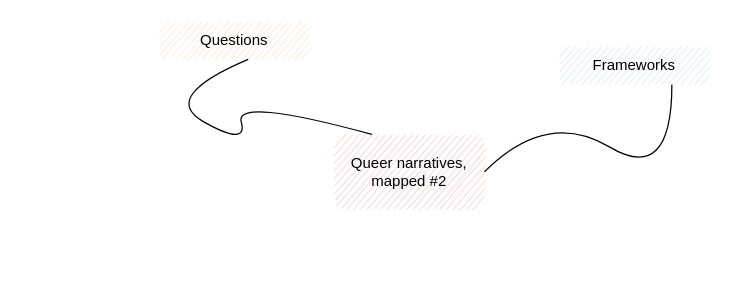
This is wall-notes.drawio from citydataexplosion/qn-m, a draw.io file, before an edit. Source tidied: cells renumbered, new cells numbered last; positions are measured from the earlier drawing's top-left corner, leaving out a move shared by most shapes. Both pictures are drawn from the tidied source at 125%, with x=0, y=0 at pixel (159, 21).
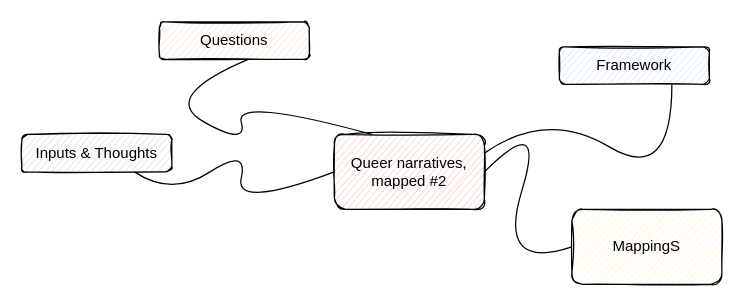
The same page after the edit.

Change to the diagram source:
```diff
@@
 <mxGraphModel>
   <root>
     <mxCell id="0" />
     <mxCell id="1" parent="0" />
-    <mxCell id="2" value="Queer narratives, mapped #2" style="rounded=1;whiteSpace=wrap;html=1;fillColor=#f8cecc;strokeColor=none;sketch=1;" parent="1" vertex="1">
+    <mxCell id="2" value="Queer narratives, mapped #2" style="rounded=1;whiteSpace=wrap;html=1;fillColor=#f8cecc;sketch=1;" parent="1" vertex="1">
       <mxGeometry x="140" y="90" width="120" height="60" as="geometry" />
     </mxCell>
-    <mxCell id="3" value="&lt;div&gt;Questions&lt;/div&gt;" style="rounded=1;whiteSpace=wrap;html=1;fillColor=#ffe6cc;strokeColor=none;sketch=1;" parent="1" vertex="1">
+    <mxCell id="3" value="&lt;div&gt;Questions&lt;/div&gt;" style="rounded=1;whiteSpace=wrap;html=1;fillColor=#ffe6cc;sketch=1;" parent="1" vertex="1">
       <mxGeometry width="120" height="30" as="geometry" />
     </mxCell>
-    <mxCell id="4" value="&lt;div&gt;Frameworks&lt;/div&gt;" style="rounded=1;whiteSpace=wrap;html=1;fillColor=#dae8fc;strokeColor=none;glass=0;shadow=0;sketch=1;" parent="1" vertex="1">
+    <mxCell id="4" value="&lt;div&gt;Framework&lt;/div&gt;" style="rounded=1;whiteSpace=wrap;html=1;fillColor=#dae8fc;glass=0;shadow=0;sketch=1;" parent="1" vertex="1">
       <mxGeometry x="320" y="20" width="120" height="30" as="geometry" />
     </mxCell>
-    <mxCell id="5" style="curved=1;endArrow=none;html=1;exitX=0.75;exitY=1;exitDx=0;exitDy=0;entryX=1;entryY=0.5;entryDx=0;entryDy=0;endFill=0;" parent="1" edge="1" source="4" target="2">
+    <mxCell id="5" style="curved=1;endArrow=none;html=1;exitX=0.75;exitY=1;exitDx=0;exitDy=0;entryX=1;entryY=0.25;entryDx=0;entryDy=0;endFill=0;" parent="1" edge="1" source="4" target="2">
       <mxGeometry relative="1" as="geometry">
         <Array as="points">
           <mxPoint x="410" y="130" />
           <mxPoint x="310" y="70" />
         </Array>
       </mxGeometry>
     </mxCell>
     <mxCell id="6" style="curved=1;endArrow=none;html=1;entryX=0.592;entryY=1;entryDx=0;entryDy=0;endFill=0;entryPerimeter=0;exitX=0.25;exitY=0;exitDx=0;exitDy=0;" parent="1" edge="1" source="2" target="3">
       <mxGeometry relative="1" as="geometry">
         <Array as="points">
           <mxPoint x="60" y="60" />
           <mxPoint x="71" y="100" />
           <mxPoint y="60" />
         </Array>
       </mxGeometry>
     </mxCell>
+    <mxCell id="7" value="&lt;div&gt;Inputs &amp;amp; Thoughts&lt;br&gt;&lt;/div&gt;" style="rounded=1;whiteSpace=wrap;html=1;fillColor=#d5e8d4;sketch=1;" parent="1" vertex="1">
+      <mxGeometry x="-110" y="90" width="120" height="30" as="geometry" />
+    </mxCell>
+    <mxCell id="8" value="&lt;div&gt;MappingS&lt;/div&gt;" style="rounded=1;whiteSpace=wrap;html=1;fillColor=#fff2cc;sketch=1;" parent="1" vertex="1">
+      <mxGeometry x="330" y="150" width="120" height="60" as="geometry" />
+    </mxCell>
+    <mxCell id="9" style="curved=1;endArrow=none;html=1;entryX=0.75;entryY=1;entryDx=0;entryDy=0;endFill=0;exitX=0;exitY=0.5;exitDx=0;exitDy=0;" parent="1" edge="1" source="2" target="7">
+      <mxGeometry relative="1" as="geometry">
+        <Array as="points">
+          <mxPoint x="60" y="150" />
+          <mxPoint x="71" y="100" />
+          <mxPoint x="10" y="140" />
+        </Array>
+      </mxGeometry>
+    </mxCell>
+    <mxCell id="10" style="curved=1;endArrow=none;html=1;entryX=1;entryY=0.5;entryDx=0;entryDy=0;endFill=0;exitX=0;exitY=0.5;exitDx=0;exitDy=0;" parent="1" edge="1" source="8" target="2">
+      <mxGeometry relative="1" as="geometry">
+        <Array as="points">
+          <mxPoint x="270" y="200" />
+          <mxPoint x="310" y="70" />
+        </Array>
+      </mxGeometry>
+    </mxCell>
   </root>
 </mxGraphModel>
```
